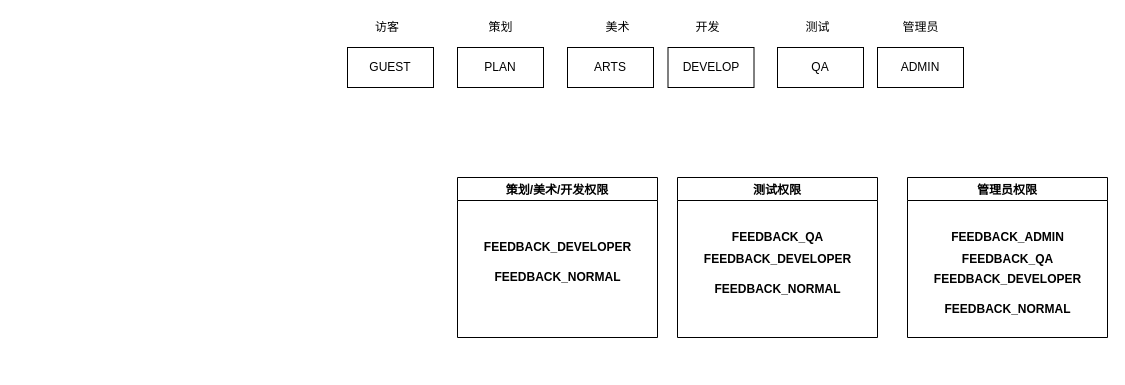
The draw.io diagram 未命名绘图.drawio in Ordertiny/YTeaShop-SpringBoot-PC, before the edit. Source tidied: cells renumbered, new cells numbered last; positions are measured from the earlier drawing's top-left corner, leaving out a move shared by most shapes. Both pictures are drawn from the tidied source at 100%, with x=0, y=0 at pixel (347, 17).
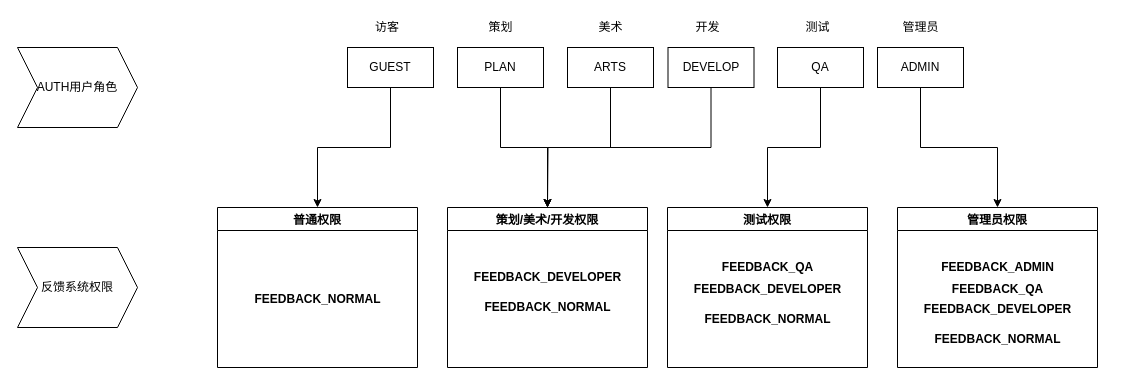
The same diagram, later.

Commit message (it also covers changes not shown here):
更新未命名绘图.drawio

Unchanged cells that the change refers to:
```xml
<mxCell id="2" value="GUEST" style="rounded=0;whiteSpace=wrap;html=1;" parent="1" vertex="1">
  <mxGeometry y="30" width="86" height="40" as="geometry" />
</mxCell>
<mxCell id="3" value="ADMIN" style="rounded=0;whiteSpace=wrap;html=1;" parent="1" vertex="1">
  <mxGeometry x="530" y="30" width="86" height="40" as="geometry" />
</mxCell>
<mxCell id="4" value="DEVELOP" style="rounded=0;whiteSpace=wrap;html=1;" parent="1" vertex="1">
  <mxGeometry x="320.5" y="30" width="86" height="40" as="geometry" />
</mxCell>
<mxCell id="5" value="ARTS" style="rounded=0;whiteSpace=wrap;html=1;" parent="1" vertex="1">
  <mxGeometry x="220" y="30" width="86" height="40" as="geometry" />
</mxCell>
<mxCell id="6" value="QA" style="rounded=0;whiteSpace=wrap;html=1;" parent="1" vertex="1">
  <mxGeometry x="430" y="30" width="86" height="40" as="geometry" />
</mxCell>
<mxCell id="7" value="PLAN" style="rounded=0;whiteSpace=wrap;html=1;" parent="1" vertex="1">
  <mxGeometry x="110" y="30" width="86" height="40" as="geometry" />
</mxCell>
```

The edit, as a diff of the source:
```diff
@@
+    <mxCell id="26" style="edgeStyle=orthogonalEdgeStyle;rounded=0;jettySize=auto;html=1;exitX=0.5;exitY=1;exitDx=0;exitDy=0;" parent="1" edge="1" source="2" target="32">
+      <mxGeometry relative="1" as="geometry" />
+    </mxCell>
@@
+    <mxCell id="27" style="edgeStyle=orthogonalEdgeStyle;rounded=0;jettySize=auto;html=1;exitX=0.5;exitY=1;exitDx=0;exitDy=0;" parent="1" edge="1" source="3" target="14">
+      <mxGeometry relative="1" as="geometry" />
+    </mxCell>
@@
+    <mxCell id="28" style="edgeStyle=orthogonalEdgeStyle;rounded=0;jettySize=auto;html=1;exitX=0.5;exitY=1;exitDx=0;exitDy=0;" parent="1" edge="1" source="4">
+      <mxGeometry relative="1" as="geometry">
+        <mxPoint x="200" y="190" as="targetPoint" />
+      </mxGeometry>
+    </mxCell>
@@
+    <mxCell id="29" style="edgeStyle=orthogonalEdgeStyle;rounded=0;jettySize=auto;html=1;exitX=0.5;exitY=1;exitDx=0;exitDy=0;entryX=0.5;entryY=0;entryDx=0;entryDy=0;" parent="1" edge="1" source="5" target="23">
+      <mxGeometry relative="1" as="geometry" />
+    </mxCell>
@@
+    <mxCell id="30" style="edgeStyle=orthogonalEdgeStyle;rounded=0;jettySize=auto;html=1;exitX=0.5;exitY=1;exitDx=0;exitDy=0;entryX=0.5;entryY=0;entryDx=0;entryDy=0;" parent="1" edge="1" source="6" target="19">
+      <mxGeometry relative="1" as="geometry" />
+    </mxCell>
@@
+    <mxCell id="31" style="edgeStyle=orthogonalEdgeStyle;rounded=0;jettySize=auto;html=1;exitX=0.5;exitY=1;exitDx=0;exitDy=0;entryX=0.5;entryY=0;entryDx=0;entryDy=0;" parent="1" edge="1" source="7" target="23">
+      <mxGeometry relative="1" as="geometry" />
+    </mxCell>
@@
     <mxCell id="10" value="美术" style="text;html=1;align=center;verticalAlign=middle;strokeColor=none;fillColor=none;" parent="1" vertex="1">
-      <mxGeometry x="250" width="40" height="20" as="geometry" />
+      <mxGeometry x="243" width="40" height="20" as="geometry" />
     </mxCell>
@@
     <mxCell id="14" value="管理员权限" style="swimlane;" parent="1" vertex="1">
-      <mxGeometry x="560" y="160" width="200" height="160" as="geometry" />
+      <mxGeometry x="550" y="190" width="200" height="160" as="geometry" />
     </mxCell>
@@
     <mxCell id="18" value="&lt;span style=&quot;font-weight: 700&quot;&gt;FEEDBACK_ADMIN&lt;/span&gt;" style="text;html=1;align=center;verticalAlign=middle;strokeColor=none;fillColor=none;" parent="1" vertex="1">
-      <mxGeometry x="595" y="210" width="130" height="20" as="geometry" />
+      <mxGeometry x="585" y="240" width="130" height="20" as="geometry" />
     </mxCell>
     <mxCell id="19" value="测试权限" style="swimlane;" parent="1" vertex="1">
-      <mxGeometry x="330" y="160" width="200" height="160" as="geometry" />
+      <mxGeometry x="320" y="190" width="200" height="160" as="geometry" />
     </mxCell>
@@
     <mxCell id="23" value="策划/美术/开发权限" style="swimlane;" parent="1" vertex="1">
-      <mxGeometry x="110" y="160" width="200" height="160" as="geometry" />
+      <mxGeometry x="100" y="190" width="200" height="160" as="geometry" />
     </mxCell>
@@
+    <mxCell id="32" value="普通权限" style="swimlane;" parent="1" vertex="1">
+      <mxGeometry x="-130" y="190" width="200" height="160" as="geometry" />
+    </mxCell>
+    <mxCell id="33" value="&lt;span style=&quot;font-weight: 700&quot;&gt;FEEDBACK_NORMAL&lt;/span&gt;" style="text;html=1;align=center;verticalAlign=middle;strokeColor=none;fillColor=none;" parent="32" vertex="1">
+      <mxGeometry x="30" y="82" width="140" height="20" as="geometry" />
+    </mxCell>
+    <mxCell id="34" value="AUTH用户角色" style="shape=step;perimeter=stepPerimeter;whiteSpace=wrap;html=1;fixedSize=1;" parent="1" vertex="1">
+      <mxGeometry x="-330" y="30" width="120" height="80" as="geometry" />
+    </mxCell>
+    <mxCell id="35" value="反馈系统权限" style="shape=step;perimeter=stepPerimeter;whiteSpace=wrap;html=1;fixedSize=1;" parent="1" vertex="1">
+      <mxGeometry x="-330" y="230" width="120" height="80" as="geometry" />
+    </mxCell>
```
